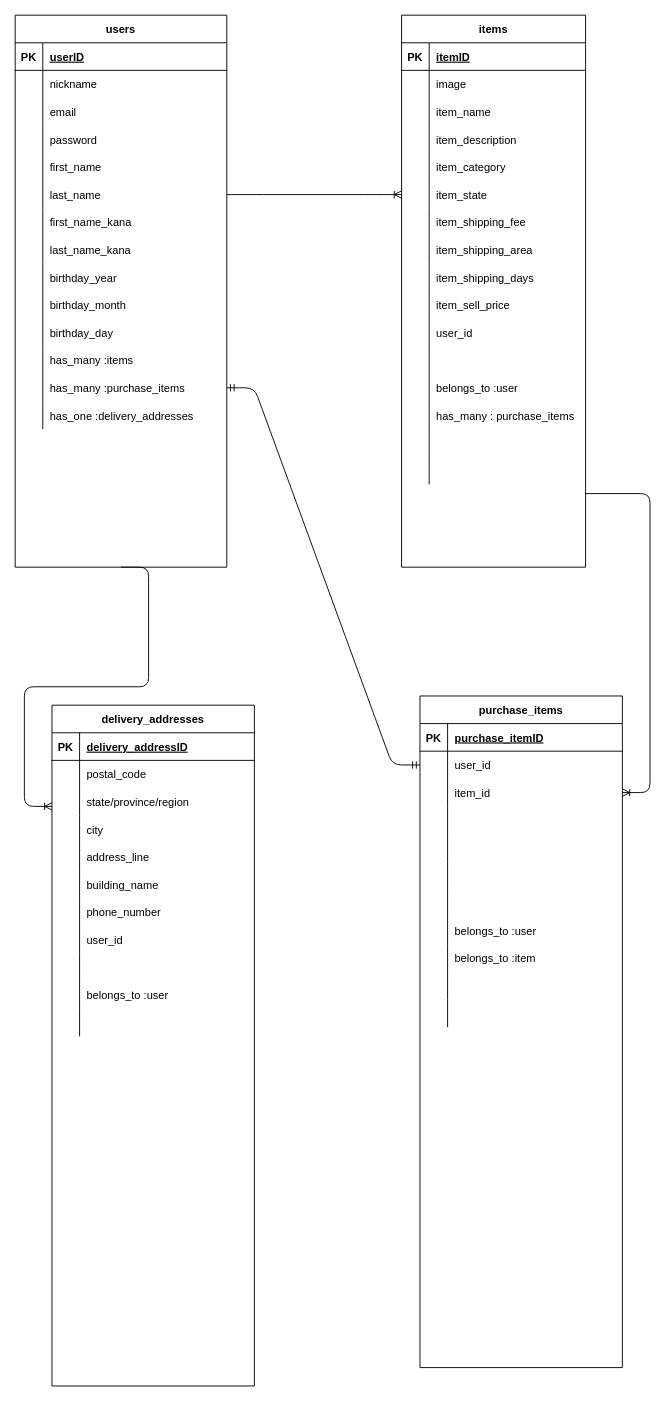
Earlier version of the draw.io diagram er.dio (daimanabu/furima-32977). Source tidied: cells renumbered, new cells numbered last; positions are measured from the earlier drawing's top-left corner, leaving out a move shared by most shapes. Both pictures are drawn from the tidied source at 92%, with x=0, y=0 at pixel (15, 15).
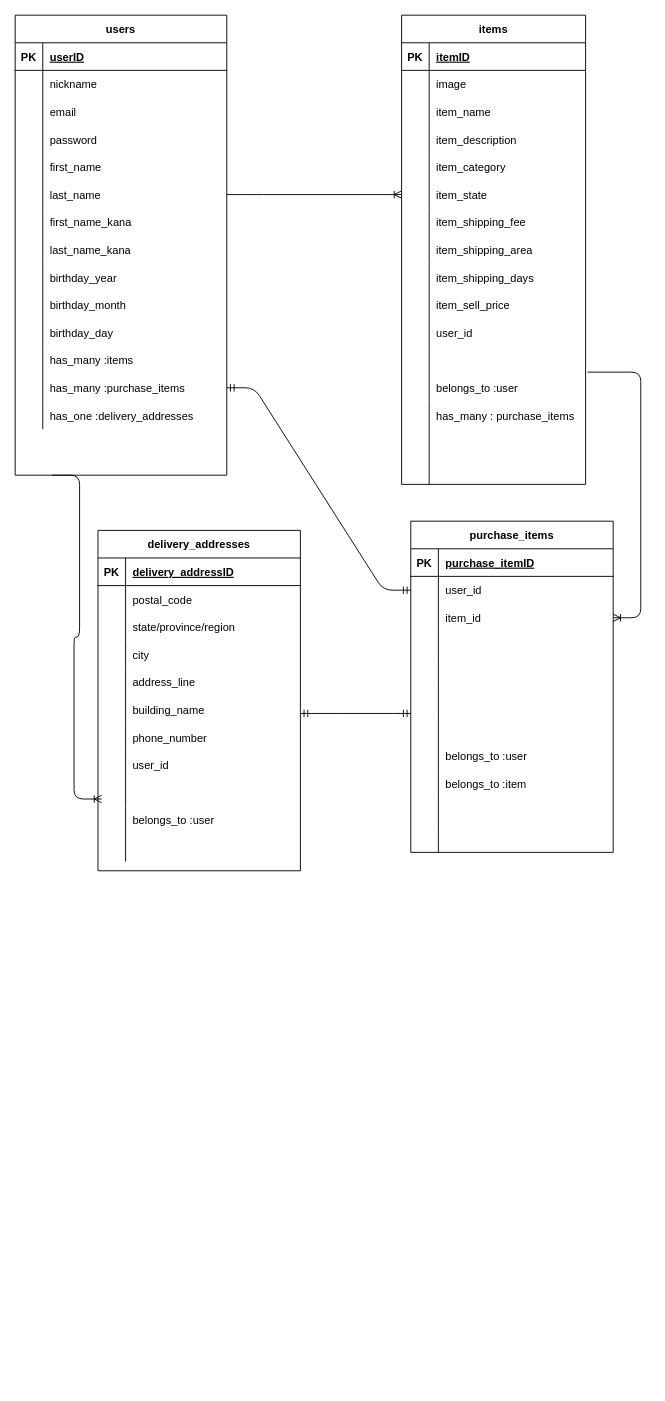
The same page after the edit.

The change refers to these unchanged cells:
```xml
<mxCell id="82" style="shape=partialRectangle;fillColor=none;top=0;left=0;bottom=0;right=0;points=[[0,0.5],[1,0.5]];portConstraint=eastwest;" parent="45" vertex="1">
  <mxGeometry y="390" width="200" height="30" as="geometry" />
</mxCell>
<mxCell id="101" style="shape=partialRectangle;fillColor=none;top=0;left=0;bottom=0;right=0;points=[[0,0.5],[1,0.5]];portConstraint=eastwest;" parent="94" vertex="1">
  <mxGeometry y="90" width="220" height="30" as="geometry" />
</mxCell>
<mxCell id="156" style="shape=partialRectangle;fillColor=none;top=0;left=0;bottom=0;right=0;points=[[0,0.5],[1,0.5]];portConstraint=eastwest;" parent="128" vertex="1">
  <mxGeometry y="300" width="220" height="30" as="geometry" />
</mxCell>
```

Change to the diagram source:
```diff
@@
     <mxCell id="2" value="users" style="shape=table;startSize=30;childLayout=tableLayout;rowLines=0;fontStyle=1;align=center;" parent="1" vertex="1">
-      <mxGeometry width="230" height="600" as="geometry" />
+      <mxGeometry width="230" height="500" as="geometry" />
     </mxCell>
@@
     <mxCell id="45" value="items" style="shape=table;startSize=30;childLayout=tableLayout;rowLines=0;fontStyle=1;align=center;" parent="1" vertex="1">
-      <mxGeometry x="420" width="200" height="600" as="geometry" />
+      <mxGeometry x="420" width="200" height="510" as="geometry" />
     </mxCell>
@@
     <mxCell id="94" value="purchase_items" style="shape=table;startSize=30;childLayout=tableLayout;rowLines=0;fontStyle=1;align=center;" parent="1" vertex="1">
-      <mxGeometry x="440" y="740" width="220" height="730" as="geometry" />
+      <mxGeometry x="430" y="550" width="220" height="360" as="geometry" />
     </mxCell>
@@
     <mxCell id="128" value="delivery_addresses" style="shape=table;startSize=30;childLayout=tableLayout;rowLines=0;fontStyle=1;align=center;" parent="1" vertex="1">
-      <mxGeometry x="40" y="750" width="220" height="740" as="geometry" />
+      <mxGeometry x="90" y="560" width="220" height="370" as="geometry" />
     </mxCell>
@@
-    <mxCell id="163" style="edgeStyle=entityRelationEdgeStyle;fontSize=12;html=1;endArrow=ERoneToMany;" parent="1" edge="1" target="101">
-      <mxGeometry relative="1" as="geometry">
-        <mxPoint x="620" y="520" as="sourcePoint" />
-      </mxGeometry>
+    <mxCell id="163" style="edgeStyle=entityRelationEdgeStyle;fontSize=12;html=1;endArrow=ERoneToMany;exitX=1.01;exitY=-0.067;exitDx=0;exitDy=0;exitPerimeter=0;" parent="1" edge="1" source="82" target="101">
+      <mxGeometry relative="1" as="geometry" />
     </mxCell>
-    <mxCell id="164" style="edgeStyle=entityRelationEdgeStyle;fontSize=12;html=1;endArrow=ERoneToMany;exitX=0.5;exitY=1;exitDx=0;exitDy=0;" parent="1" edge="1" source="2">
+    <mxCell id="164" style="edgeStyle=entityRelationEdgeStyle;fontSize=12;html=1;endArrow=ERoneToMany;entryX=0.018;entryY=-0.267;entryDx=0;entryDy=0;entryPerimeter=0;" parent="1" edge="1" target="156">
       <mxGeometry relative="1" as="geometry">
-        <mxPoint x="40" y="860" as="targetPoint" />
+        <mxPoint x="40" y="500" as="sourcePoint" />
       </mxGeometry>
     </mxCell>
@@
+    <mxCell id="166" style="edgeStyle=entityRelationEdgeStyle;fontSize=12;html=1;endArrow=ERmandOne;startArrow=ERmandOne;" parent="1" edge="1">
+      <mxGeometry relative="1" as="geometry">
+        <mxPoint x="310" y="759" as="sourcePoint" />
+        <mxPoint x="430" y="759" as="targetPoint" />
+      </mxGeometry>
+    </mxCell>
```
